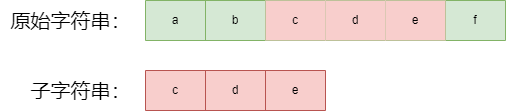
This is algrithem/kmp_question.drawio.png from muxicode/c153080686, a draw.io export, as it was before one commit. Source tidied: cells renumbered, new cells last; positions are measured from the earlier drawing's top-left corner, leaving out a move shared by most shapes.
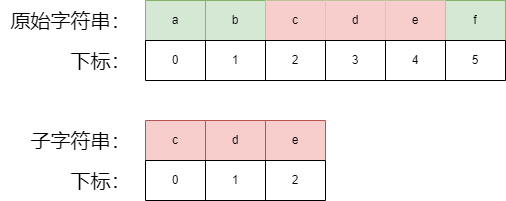
After the change.

What changed in the source:
```diff
@@ -30,10 +30,10 @@
       <mxGeometry width="140" height="40" as="geometry" />
     </mxCell>
     <mxCell id="11" value="&lt;font style=&quot;font-size: 20px;&quot;&gt;子字符串：&lt;/font&gt;" style="text;html=1;align=center;verticalAlign=middle;strokeColor=none;fillColor=none;" parent="1" vertex="1">
-      <mxGeometry x="20" y="70" width="120" height="40" as="geometry" />
+      <mxGeometry x="20" y="120" width="120" height="40" as="geometry" />
     </mxCell>
     <mxCell id="12" style="shape=table;startSize=0;fillColor=#f8cecc;strokeColor=#b85450;" parent="1" vertex="1">
-      <mxGeometry x="145" y="70" width="180" height="40" as="geometry" />
+      <mxGeometry x="145" y="120" width="180" height="40" as="geometry" />
     </mxCell>
     <mxCell id="13" style="shape=tableRow;horizontal=0;startSize=0;swimlaneHead=0;swimlaneBody=0;strokeColor=inherit;top=0;left=0;bottom=0;right=0;fillColor=none;" parent="12" vertex="1">
       <mxGeometry width="180" height="40" as="geometry" />
@@ -47,5 +47,50 @@
     <mxCell id="16" value="e" style="shape=partialRectangle;html=1;whiteSpace=wrap;strokeColor=inherit;overflow=hidden;fillColor=none;top=0;left=0;bottom=0;right=0;" parent="13" vertex="1">
       <mxGeometry x="120" width="60" height="40" as="geometry" />
     </mxCell>
+    <mxCell id="17" style="shape=table;startSize=0;" parent="1" vertex="1">
+      <mxGeometry x="145" y="40" width="360" height="40" as="geometry" />
+    </mxCell>
+    <mxCell id="18" style="shape=tableRow;horizontal=0;startSize=0;swimlaneHead=0;swimlaneBody=0;strokeColor=inherit;top=0;left=0;bottom=0;right=0;fillColor=none;" parent="17" vertex="1">
+      <mxGeometry width="360" height="40" as="geometry" />
+    </mxCell>
+    <mxCell id="19" value="0" style="shape=partialRectangle;html=1;whiteSpace=wrap;strokeColor=inherit;overflow=hidden;fillColor=none;top=0;left=0;bottom=0;right=0;" parent="18" vertex="1">
+      <mxGeometry width="60" height="40" as="geometry" />
+    </mxCell>
+    <mxCell id="20" value="1" style="shape=partialRectangle;html=1;whiteSpace=wrap;strokeColor=inherit;overflow=hidden;fillColor=none;top=0;left=0;bottom=0;right=0;" parent="18" vertex="1">
+      <mxGeometry x="60" width="60" height="40" as="geometry" />
+    </mxCell>
+    <mxCell id="21" value="2" style="shape=partialRectangle;html=1;whiteSpace=wrap;strokeColor=inherit;overflow=hidden;fillColor=none;top=0;left=0;bottom=0;right=0;" parent="18" vertex="1">
+      <mxGeometry x="120" width="60" height="40" as="geometry" />
+    </mxCell>
+    <mxCell id="22" value="3" style="shape=partialRectangle;html=1;whiteSpace=wrap;strokeColor=inherit;overflow=hidden;fillColor=none;top=0;left=0;bottom=0;right=0;" parent="18" vertex="1">
+      <mxGeometry x="180" width="60" height="40" as="geometry" />
+    </mxCell>
+    <mxCell id="23" value="4" style="shape=partialRectangle;html=1;whiteSpace=wrap;strokeColor=inherit;overflow=hidden;fillColor=none;top=0;left=0;bottom=0;right=0;" parent="18" vertex="1">
+      <mxGeometry x="240" width="60" height="40" as="geometry" />
+    </mxCell>
+    <mxCell id="24" value="5" style="shape=partialRectangle;html=1;whiteSpace=wrap;strokeColor=inherit;overflow=hidden;fillColor=none;top=0;left=0;bottom=0;right=0;" parent="18" vertex="1">
+      <mxGeometry x="300" width="60" height="40" as="geometry" />
+    </mxCell>
+    <mxCell id="25" style="shape=table;startSize=0;" parent="1" vertex="1">
+      <mxGeometry x="145" y="160" width="180" height="40" as="geometry" />
+    </mxCell>
+    <mxCell id="26" style="shape=tableRow;horizontal=0;startSize=0;swimlaneHead=0;swimlaneBody=0;strokeColor=inherit;top=0;left=0;bottom=0;right=0;fillColor=none;" parent="25" vertex="1">
+      <mxGeometry width="180" height="40" as="geometry" />
+    </mxCell>
+    <mxCell id="27" value="0" style="shape=partialRectangle;html=1;whiteSpace=wrap;strokeColor=inherit;overflow=hidden;fillColor=none;top=0;left=0;bottom=0;right=0;" parent="26" vertex="1">
+      <mxGeometry width="60" height="40" as="geometry" />
+    </mxCell>
+    <mxCell id="28" value="1" style="shape=partialRectangle;html=1;whiteSpace=wrap;strokeColor=inherit;overflow=hidden;fillColor=none;top=0;left=0;bottom=0;right=0;" parent="26" vertex="1">
+      <mxGeometry x="60" width="60" height="40" as="geometry" />
+    </mxCell>
+    <mxCell id="29" value="2" style="shape=partialRectangle;html=1;whiteSpace=wrap;strokeColor=inherit;overflow=hidden;fillColor=none;top=0;left=0;bottom=0;right=0;" parent="26" vertex="1">
+      <mxGeometry x="120" width="60" height="40" as="geometry" />
+    </mxCell>
+    <mxCell id="30" value="&lt;font style=&quot;font-size: 20px;&quot;&gt;下标：&lt;/font&gt;" style="text;html=1;align=center;verticalAlign=middle;strokeColor=none;fillColor=none;" parent="1" vertex="1">
+      <mxGeometry x="60" y="40" width="80" height="40" as="geometry" />
+    </mxCell>
+    <mxCell id="31" value="&lt;font style=&quot;font-size: 20px;&quot;&gt;下标：&lt;/font&gt;" style="text;html=1;align=center;verticalAlign=middle;strokeColor=none;fillColor=none;" parent="1" vertex="1">
+      <mxGeometry x="60" y="160" width="80" height="40" as="geometry" />
+    </mxCell>
   </root>
 </mxGraphModel>
```
